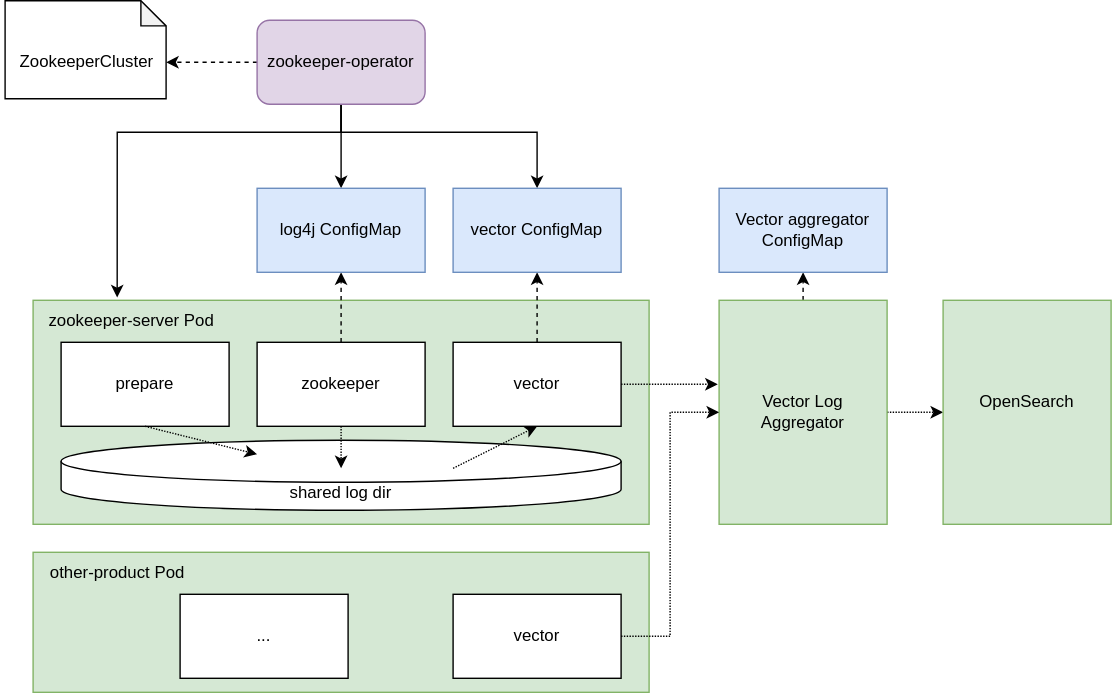
Earlier version of the draw.io export modules/concepts/images/logging_architecture.drawio.svg (stackabletech/documentation). Source tidied: cells renumbered, new cells last; positions are measured from the earlier drawing's top-left corner, leaving out a move shared by most shapes.
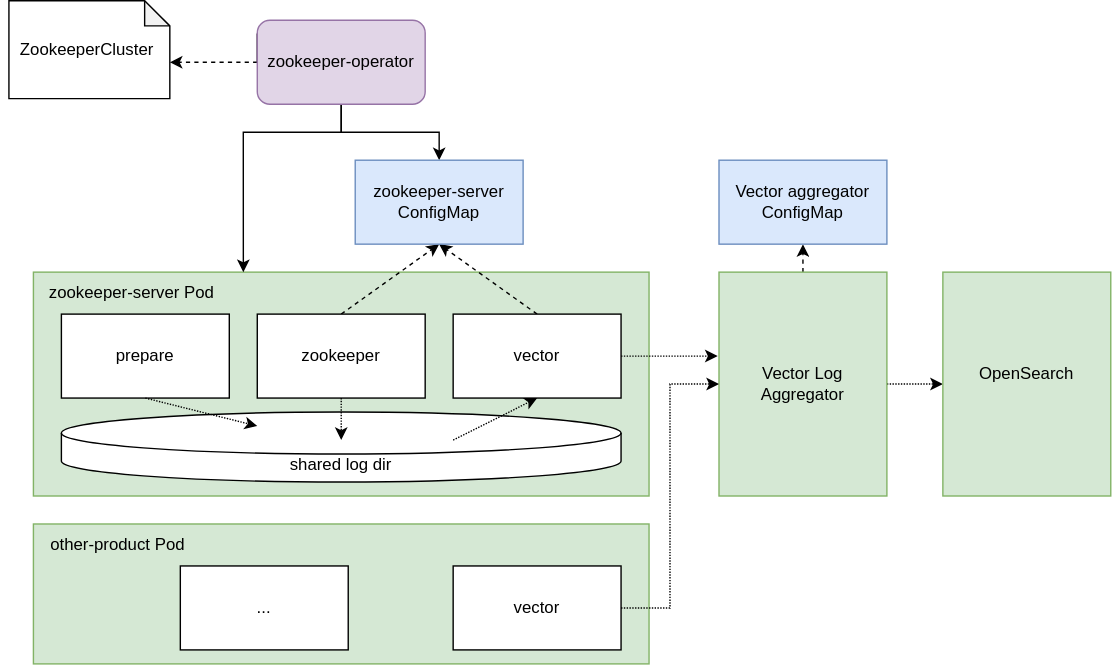
Later version of the same file.

Commit message:
Updated graph to reflect changes and small fix

What changed in the source:
```diff
@@ -5,7 +5,7 @@
     <mxCell id="2" style="rounded=0;whiteSpace=wrap;html=1;fillColor=#d5e8d4;strokeColor=#82b366;" parent="1" vertex="1">
       <mxGeometry x="22" y="214" width="440" height="160" as="geometry" />
     </mxCell>
-    <mxCell id="3" style="edgeStyle=orthogonalEdgeStyle;rounded=0;jettySize=auto;html=1;entryX=0.5;entryY=1;entryDx=0;entryDy=0;dashed=1;" parent="1" edge="1" source="4" target="17">
+    <mxCell id="3" style="rounded=0;jettySize=auto;html=1;entryX=0.5;entryY=1;entryDx=0;entryDy=0;dashed=1;exitX=0.5;exitY=0;exitDx=0;exitDy=0;" parent="1" edge="1" source="4" target="17">
       <mxGeometry relative="1" as="geometry" />
     </mxCell>
     <mxCell id="4" value="zookeeper" style="rounded=0;whiteSpace=wrap;html=1;" parent="1" vertex="1">
@@ -14,33 +14,30 @@
     <mxCell id="5" value="prepare" style="rounded=0;whiteSpace=wrap;html=1;" parent="1" vertex="1">
       <mxGeometry x="42" y="244" width="120" height="60" as="geometry" />
     </mxCell>
-    <mxCell id="6" style="edgeStyle=orthogonalEdgeStyle;rounded=0;jettySize=auto;html=1;exitX=0.5;exitY=0;exitDx=0;exitDy=0;entryX=0.5;entryY=1;entryDx=0;entryDy=0;dashed=1;" parent="1" edge="1" source="8" target="16">
-      <mxGeometry relative="1" as="geometry" />
-    </mxCell>
     <mxCell id="7" style="rounded=0;jettySize=auto;html=1;exitX=1;exitY=0.5;exitDx=0;exitDy=0;entryX=-0.008;entryY=0.375;entryDx=0;entryDy=0;dashed=1;dashPattern=1 1;entryPerimeter=0;" parent="1" edge="1" source="8" target="26">
       <mxGeometry relative="1" as="geometry" />
     </mxCell>
+    <mxCell id="34" style="edgeStyle=none;rounded=0;jettySize=auto;html=1;entryX=0.5;entryY=1;entryDx=0;entryDy=0;dashed=1;exitX=0.5;exitY=0;exitDx=0;exitDy=0;" parent="1" edge="1" source="8" target="17">
+      <mxGeometry relative="1" as="geometry" />
+    </mxCell>
     <mxCell id="8" value="vector" style="whiteSpace=wrap;html=1;" parent="1" vertex="1">
       <mxGeometry x="322" y="244" width="120" height="60" as="geometry" />
     </mxCell>
     <mxCell id="9" style="edgeStyle=orthogonalEdgeStyle;rounded=0;jettySize=auto;html=1;entryX=0.5;entryY=0;entryDx=0;entryDy=0;" parent="1" edge="1" source="13" target="17">
-      <mxGeometry relative="1" as="geometry" />
+      <mxGeometry relative="1" as="geometry">
+        <Array as="points">
+          <mxPoint x="242" y="114" />
+          <mxPoint x="312" y="114" />
+        </Array>
+      </mxGeometry>
     </mxCell>
-    <mxCell id="10" style="edgeStyle=orthogonalEdgeStyle;rounded=0;jettySize=auto;html=1;exitX=1;exitY=0.5;exitDx=0;exitDy=0;entryX=0.5;entryY=0;entryDx=0;entryDy=0;" parent="1" edge="1" source="13" target="16">
-      <mxGeometry relative="1" as="geometry">
-        <Array as="points">
-          <mxPoint x="242" y="44" />
-          <mxPoint x="242" y="94" />
-          <mxPoint x="382" y="94" />
-        </Array>
-      </mxGeometry>
-    </mxCell>
-    <mxCell id="11" style="edgeStyle=orthogonalEdgeStyle;rounded=0;jettySize=auto;html=1;entryX=0.429;entryY=-0.067;entryDx=0;entryDy=0;entryPerimeter=0;exitX=0;exitY=0.5;exitDx=0;exitDy=0;" parent="1" edge="1" source="13" target="14">
+    <mxCell id="11" style="edgeStyle=orthogonalEdgeStyle;rounded=0;jettySize=auto;html=1;exitX=0;exitY=0.5;exitDx=0;exitDy=0;entryX=0.341;entryY=0;entryDx=0;entryDy=0;entryPerimeter=0;" parent="1" edge="1" source="13" target="2">
       <mxGeometry relative="1" as="geometry">
         <Array as="points">
+          <mxPoint x="182" y="44" />
           <mxPoint x="242" y="44" />
-          <mxPoint x="242" y="94" />
-          <mxPoint x="82" y="94" />
+          <mxPoint x="242" y="114" />
+          <mxPoint x="172" y="114" />
         </Array>
       </mxGeometry>
     </mxCell>
@@ -48,19 +45,16 @@
       <mxGeometry relative="1" as="geometry" />
     </mxCell>
     <mxCell id="13" value="zookeeper-operator" style="rounded=1;whiteSpace=wrap;html=1;fillColor=#e1d5e7;strokeColor=#9673a6;" parent="1" vertex="1">
-      <mxGeometry x="182" y="14" width="120" height="60" as="geometry" />
+      <mxGeometry x="182" y="34" width="120" height="60" as="geometry" />
     </mxCell>
     <mxCell id="14" value="zookeeper-server Pod" style="text;html=1;align=center;verticalAlign=middle;points=[];strokeColor=none;fillColor=none;" parent="1" vertex="1">
       <mxGeometry x="22" y="214" width="140" height="30" as="geometry" />
     </mxCell>
     <mxCell id="15" style="shape=note;whiteSpace=wrap;html=1;backgroundOutline=1;darkOpacity=0.05;size=18;" parent="1" vertex="1">
-      <mxGeometry x="2" width="115" height="70" as="geometry" />
+      <mxGeometry x="4.5" y="20" width="115" height="70" as="geometry" />
     </mxCell>
-    <mxCell id="16" value="vector ConfigMap" style="rounded=0;whiteSpace=wrap;html=1;fillColor=#dae8fc;strokeColor=#6c8ebf;" parent="1" vertex="1">
-      <mxGeometry x="322" y="134" width="120" height="60" as="geometry" />
-    </mxCell>
-    <mxCell id="17" value="log4j ConfigMap" style="whiteSpace=wrap;html=1;fillColor=#dae8fc;strokeColor=#6c8ebf;" parent="1" vertex="1">
-      <mxGeometry x="182" y="134" width="120" height="60" as="geometry" />
+    <mxCell id="17" value="&lt;div&gt;zookeeper-server&lt;/div&gt;&lt;div&gt;ConfigMap&lt;br&gt;&lt;/div&gt;" style="whiteSpace=wrap;html=1;fillColor=#dae8fc;strokeColor=#6c8ebf;" parent="1" vertex="1">
+      <mxGeometry x="252" y="134" width="120" height="60" as="geometry" />
     </mxCell>
     <mxCell id="18" value="shared log dir" style="shape=cylinder3;whiteSpace=wrap;html=1;boundedLbl=1;backgroundOutline=1;size=15;" parent="1" vertex="1">
       <mxGeometry x="42" y="314" width="400" height="50" as="geometry" />
@@ -78,7 +72,7 @@
       <mxGeometry relative="1" as="geometry" />
     </mxCell>
     <mxCell id="23" value="ZookeeperCluster" style="text;html=1;align=center;verticalAlign=middle;strokeColor=none;fillColor=none;" parent="1" vertex="1">
-      <mxGeometry x="-0.5" y="29" width="120" height="30" as="geometry" />
+      <mxGeometry x="-0.5" y="40" width="120" height="30" as="geometry" />
     </mxCell>
     <mxCell id="24" style="edgeStyle=none;rounded=0;jettySize=auto;html=1;exitX=1;exitY=0.5;exitDx=0;exitDy=0;entryX=0;entryY=0.5;entryDx=0;entryDy=0;dashed=1;dashPattern=1 1;" parent="1" edge="1" source="26" target="27">
       <mxGeometry relative="1" as="geometry">
```
